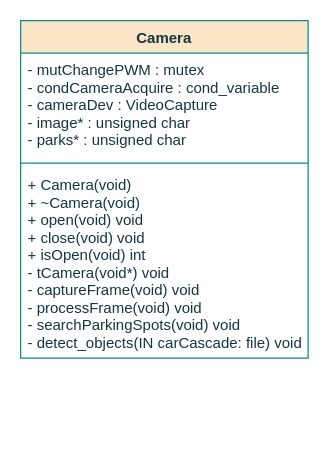
Above: page "classCamera" (4 of 7) of project/report/flowcharts/Sensors.drawio in ESRGgroup9/slipad (draw.io), before the change. Source tidied: cells renumbered, new cells numbered last; positions are measured from the earlier drawing's top-left corner, leaving out a move shared by most shapes. Both pictures are drawn from the tidied source at 125%, with x=0, y=0 at pixel (20, 20).
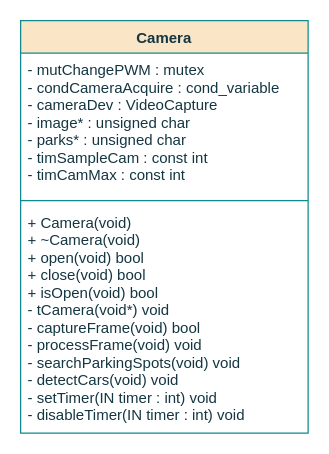
The same diagram, later.

Diff of the diagram source:
```diff
@@
 <mxGraphModel>
   <root>
     <mxCell id="0" />
     <mxCell id="1" parent="0" />
     <mxCell id="2" value="Camera" style="swimlane;fontStyle=1;align=center;verticalAlign=top;horizontal=1;startSize=26;fillColor=#FAE5C7;strokeColor=#0F8B8D;fontColor=#143642;" parent="1" vertex="1">
-      <mxGeometry width="230" height="270" as="geometry" />
+      <mxGeometry width="230" height="330" as="geometry" />
     </mxCell>
-    <mxCell id="3" value="- mutChangePWM : mutex&#10;- condCameraAcquire : cond_variable&#10;- cameraDev : VideoCapture&#10;- image* : unsigned char&#10;- parks* : unsigned char&#10;" style="text;strokeColor=none;fillColor=none;align=left;verticalAlign=top;spacingLeft=4;spacingRight=4;overflow=hidden;fontColor=#143642;" parent="2" vertex="1">
-      <mxGeometry y="26" width="230" height="84" as="geometry" />
+    <mxCell id="3" value="- mutChangePWM : mutex&#10;- condCameraAcquire : cond_variable&#10;- cameraDev : VideoCapture&#10;- image* : unsigned char&#10;- parks* : unsigned char&#10;- timSampleCam : const int&#10;- timCamMax : const int &#10;&#10;&#10;" style="text;strokeColor=none;fillColor=none;align=left;verticalAlign=top;spacingLeft=4;spacingRight=4;overflow=hidden;fontColor=#143642;" parent="2" vertex="1">
+      <mxGeometry y="26" width="230" height="114" as="geometry" />
     </mxCell>
     <mxCell id="4" style="line;strokeWidth=1;fillColor=none;align=left;verticalAlign=middle;spacingTop=-1;spacingLeft=3;spacingRight=3;labelPosition=right;labelBackgroundColor=#DAD2D8;strokeColor=#0F8B8D;fontColor=#143642;" parent="2" vertex="1">
-      <mxGeometry y="110" width="230" height="8" as="geometry" />
+      <mxGeometry y="140" width="230" height="8" as="geometry" />
     </mxCell>
-    <mxCell id="5" value="+ Camera(void)&#10;+ ~Camera(void)&#10;+ open(void) void&#10;+ close(void) void&#10;+ isOpen(void) int&#10;- tCamera(void*) void&#10;- captureFrame(void) void&#10;- processFrame(void) void&#10;- searchParkingSpots(void) void&#10;- detect_objects(IN carCascade: file) void" style="text;strokeColor=none;fillColor=none;align=left;verticalAlign=top;spacingLeft=4;spacingRight=4;overflow=hidden;fontColor=#143642;spacing=2;" parent="2" vertex="1">
-      <mxGeometry y="118" width="230" height="152" as="geometry" />
+    <mxCell id="5" value="+ Camera(void)&#10;+ ~Camera(void)&#10;+ open(void) bool&#10;+ close(void) bool&#10;+ isOpen(void) bool&#10;- tCamera(void*) void&#10;- captureFrame(void) bool&#10;- processFrame(void) void&#10;- searchParkingSpots(void) void&#10;- detectCars(void) void&#10;- setTimer(IN timer : int) void&#10;- disableTimer(IN timer : int) void" style="text;strokeColor=none;fillColor=none;align=left;verticalAlign=top;spacingLeft=4;spacingRight=4;overflow=hidden;fontColor=#143642;spacing=2;fontStyle=0;" parent="2" vertex="1">
+      <mxGeometry y="148" width="230" height="182" as="geometry" />
     </mxCell>
   </root>
 </mxGraphModel>
```
